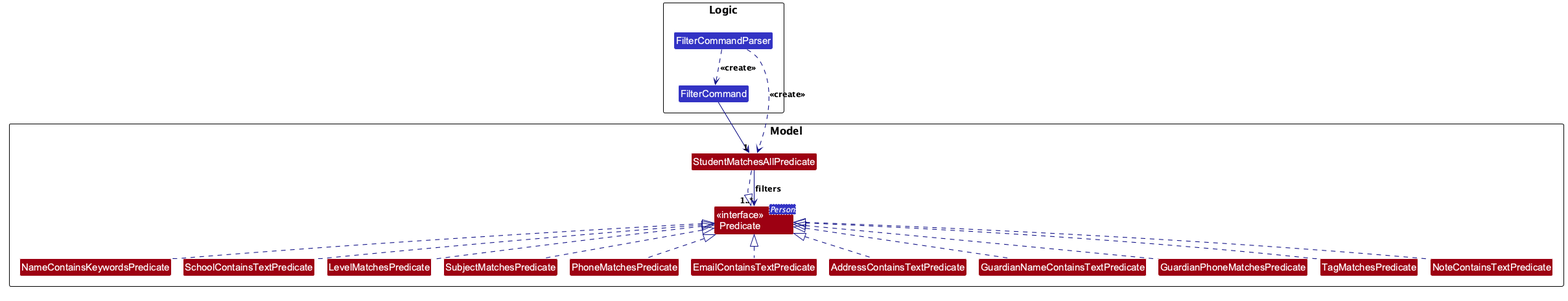
The PlantUML diagram docs/images/FilterClassDiagram.png in AY2627S1-CS2103T-T09-1/tp, before a commit.
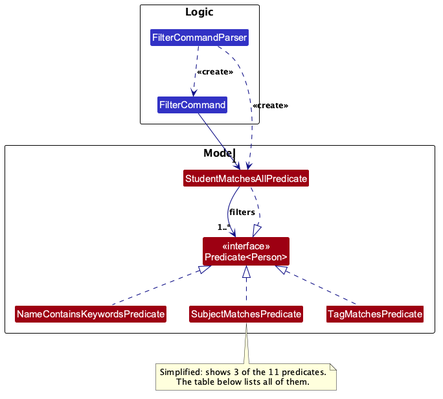
Later version of the same file.

Commit message:
DG: Simplify the filter class diagram

The diagram showed all 11 predicates in one row, so it was about
2400px wide and its text was too small to read at the DG's width. The
course asks for diagram text to match the main text and for
representative classes only, and the table below it already lists
every predicate.

Show 3 predicates with a note saying the view is simplified, and show
Predicate<Person> as plain text instead of UML generics notation,
which the course does not cover.

Diff of the diagram source:
```diff
@@ -1,9 +1,9 @@
 @startuml
-!pragma layout smetana
 !include style.puml
 skinparam arrowThickness 1.1
 skinparam arrowColor LOGIC_COLOR_T4
 skinparam classBackgroundColor LOGIC_COLOR
+skinparam genericDisplay old
 
 package Logic as LogicPackage {
 Class FilterCommandParser
@@ -14,34 +14,23 @@
 Class "<<interface>>\nPredicate<Person>" as Predicate MODEL_COLOR
 Class StudentMatchesAllPredicate MODEL_COLOR
 Class NameContainsKeywordsPredicate MODEL_COLOR
-Class SchoolContainsTextPredicate MODEL_COLOR
-Class LevelMatchesPredicate MODEL_COLOR
 Class SubjectMatchesPredicate MODEL_COLOR
-Class PhoneMatchesPredicate MODEL_COLOR
-Class EmailContainsTextPredicate MODEL_COLOR
-Class AddressContainsTextPredicate MODEL_COLOR
-Class GuardianNameContainsTextPredicate MODEL_COLOR
-Class GuardianPhoneMatchesPredicate MODEL_COLOR
 Class TagMatchesPredicate MODEL_COLOR
-Class NoteContainsTextPredicate MODEL_COLOR
 }
+
+note bottom of SubjectMatchesPredicate
+  Simplified: shows 3 of the 11 predicates.
+  The table below lists all of them.
+end note
 
 FilterCommandParser ..> FilterCommand : <<create>>
 FilterCommandParser ..> StudentMatchesAllPredicate : <<create>>
 FilterCommand --> "1" StudentMatchesAllPredicate
 
+StudentMatchesAllPredicate --> "1..*" Predicate : filters
 StudentMatchesAllPredicate ..|> Predicate
-StudentMatchesAllPredicate --> "1..*" Predicate : filters
 
 NameContainsKeywordsPredicate .up.|> Predicate
-SchoolContainsTextPredicate .up.|> Predicate
-LevelMatchesPredicate .up.|> Predicate
 SubjectMatchesPredicate .up.|> Predicate
-PhoneMatchesPredicate .up.|> Predicate
-EmailContainsTextPredicate .up.|> Predicate
-AddressContainsTextPredicate .up.|> Predicate
-GuardianNameContainsTextPredicate .up.|> Predicate
-GuardianPhoneMatchesPredicate .up.|> Predicate
 TagMatchesPredicate .up.|> Predicate
-NoteContainsTextPredicate .up.|> Predicate
 @enduml
```
